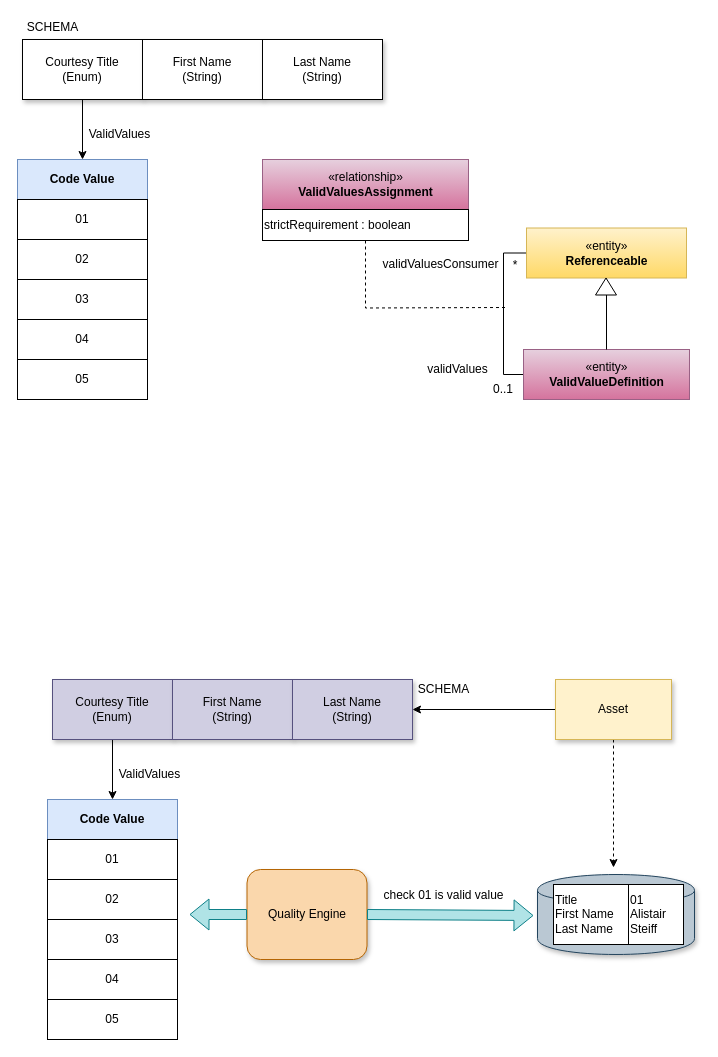
odpi/egeria-docs keeps this draw.io diagram as page "use-case-1-valid-values" (4 of 10) of site/docs/features/reference-data-management/reference-data-management.drawio. Above is the earlier version. Source tidied: cells renumbered, new cells numbered last; positions are measured from the earlier drawing's top-left corner, leaving out a move shared by most shapes. Both pictures are drawn from the tidied source at 100%, with x=0, y=0 at pixel (17, 17).
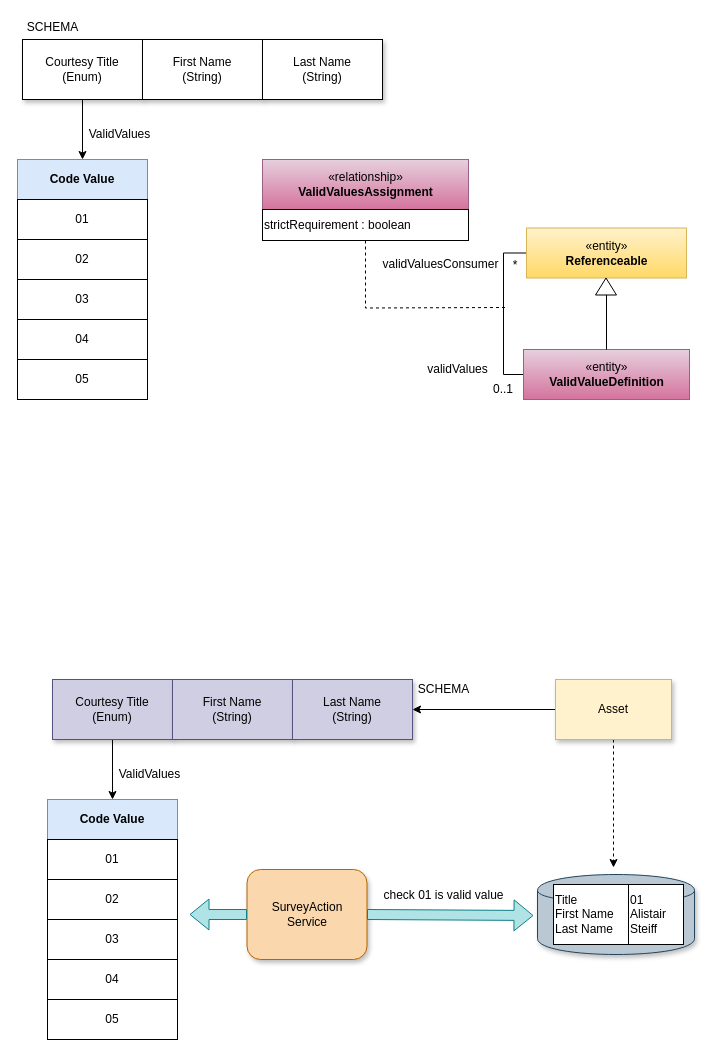
Above is the later version.

What changed in the source:
```diff
@@
-    <mxCell id="23" value="Quality Engine" style="rounded=1;whiteSpace=wrap;html=1;shadow=1;fillColor=#fad7ac;align=center;strokeColor=#b46504;" parent="1" vertex="1">
+    <mxCell id="23" value="SurveyAction&lt;div&gt;Service&lt;/div&gt;" style="rounded=1;whiteSpace=wrap;html=1;shadow=1;fillColor=#fad7ac;align=center;strokeColor=#b46504;" parent="1" vertex="1">
       <mxGeometry x="229.5" y="852" width="120" height="90" as="geometry" />
     </mxCell>
```
